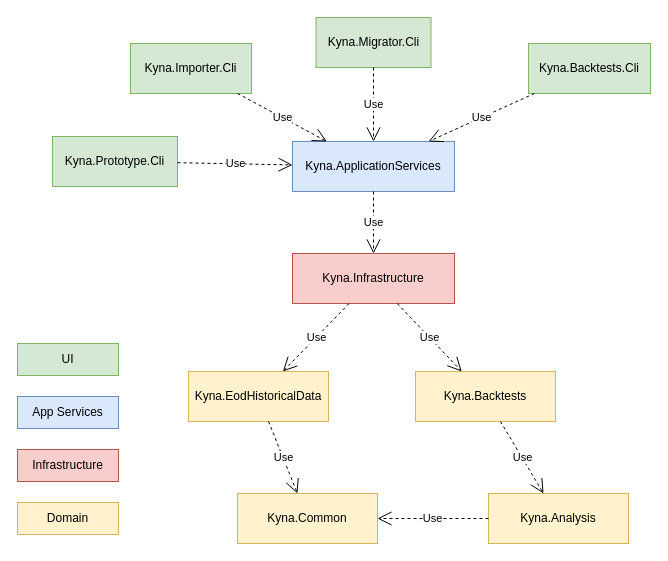
The draw.io diagram page "Assemblies" (3 of 9) of docs/drawio/Kyna.drawio in vicsharp-shibusa/kyna, before the edit. Source tidied: cells renumbered, new cells numbered last; positions are measured from the earlier drawing's top-left corner, leaving out a move shared by most shapes. Both pictures are drawn from the tidied source at 100%, with x=0, y=0 at pixel (17, 17).
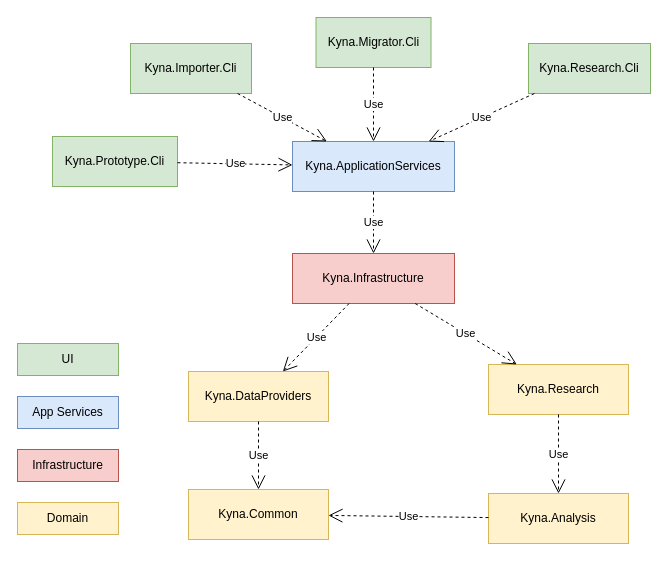
The same page after the edit.

Diff of the diagram source:
```diff
@@
     <mxCell id="6" value="Kyna.Common" style="html=1;whiteSpace=wrap;fillColor=#fff2cc;strokeColor=#d6b656;" parent="1" vertex="1">
-      <mxGeometry x="220" y="476" width="140" height="50" as="geometry" />
+      <mxGeometry x="171" y="472" width="140" height="50" as="geometry" />
     </mxCell>
@@
-    <mxCell id="9" value="Kyna.EodHistoricalData" style="html=1;whiteSpace=wrap;fillColor=#fff2cc;strokeColor=#d6b656;" parent="1" vertex="1">
+    <mxCell id="9" value="Kyna.DataProviders" style="html=1;whiteSpace=wrap;fillColor=#fff2cc;strokeColor=#d6b656;" parent="1" vertex="1">
       <mxGeometry x="171" y="354" width="140" height="50" as="geometry" />
     </mxCell>
@@
-    <mxCell id="21" value="Kyna.Backtests.Cli" style="html=1;whiteSpace=wrap;fillColor=#d5e8d4;strokeColor=#82b366;" parent="1" vertex="1">
+    <mxCell id="21" value="Kyna.Research.Cli" style="html=1;whiteSpace=wrap;fillColor=#d5e8d4;strokeColor=#82b366;" parent="1" vertex="1">
       <mxGeometry x="511" y="26" width="122" height="50" as="geometry" />
     </mxCell>
@@
-    <mxCell id="23" value="Kyna.Backtests" style="html=1;whiteSpace=wrap;fillColor=#fff2cc;strokeColor=#d6b656;" parent="1" vertex="1">
-      <mxGeometry x="398" y="354" width="140" height="50" as="geometry" />
+    <mxCell id="23" value="Kyna.Research" style="html=1;whiteSpace=wrap;fillColor=#fff2cc;strokeColor=#d6b656;" parent="1" vertex="1">
+      <mxGeometry x="471" y="347" width="140" height="50" as="geometry" />
     </mxCell>
```
